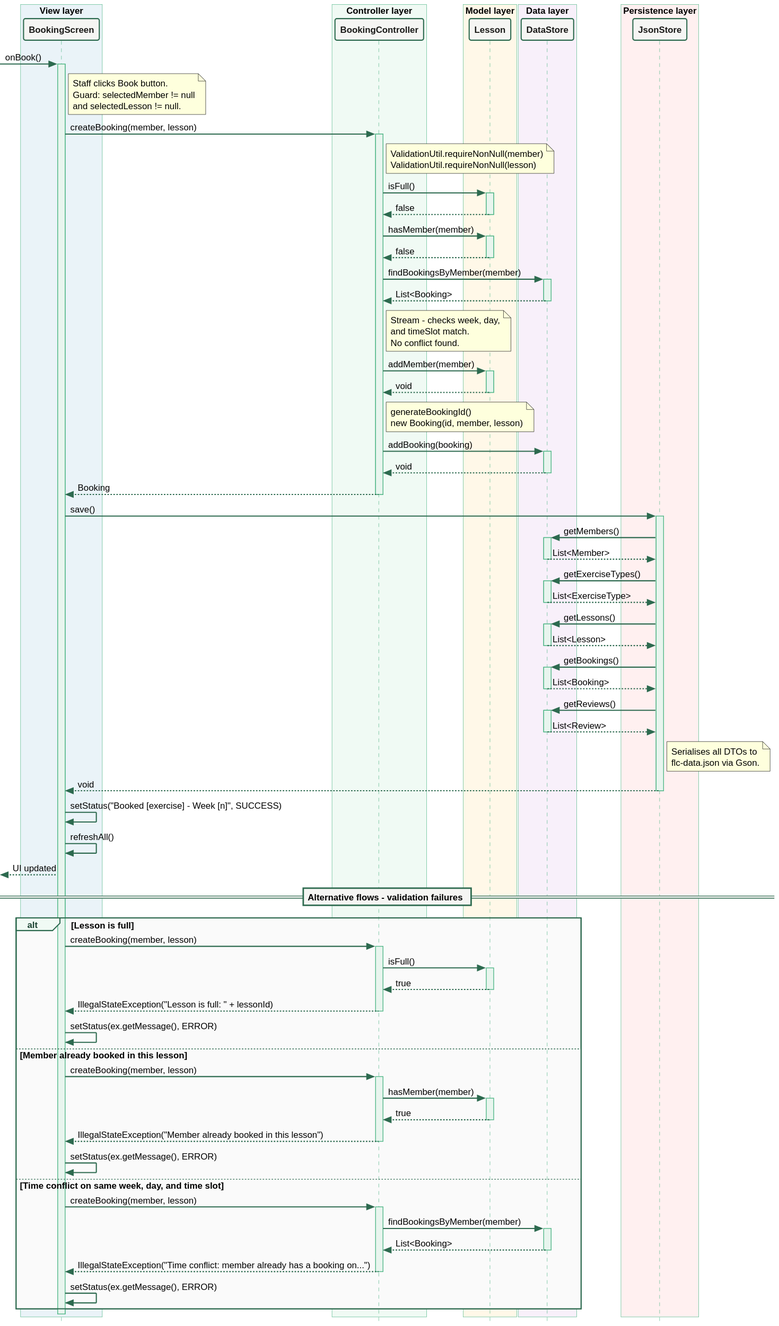
Above: docs/diagrams/sequence-diagram.svg in Dantesrc-sys/FurzefieldLC (PlantUML), before the change.
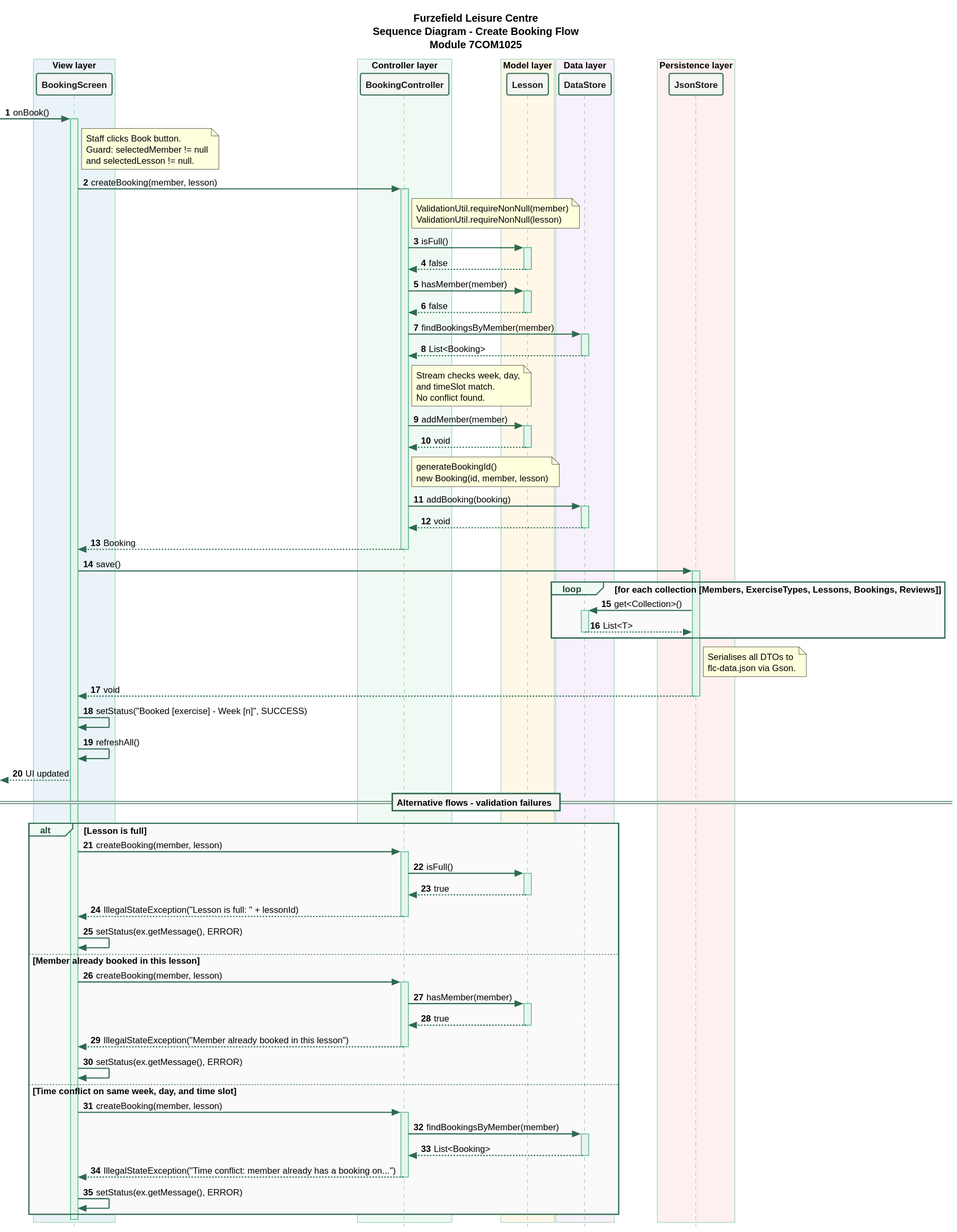
The same file after the commit.

Commit message:
visual improvements

What changed in the source:
```diff
@@ -5,6 +5,10 @@
 skinparam defaultFontName    SansSerif
 skinparam defaultFontSize    12
 skinparam sequenceArrowThickness 1.5
+
+title Furzefield Leisure Centre\nSequence Diagram - Create Booking Flow\nModule 7COM1025
+
+autonumber
 
 skinparam participant {
     BackgroundColor          #F5F5F3
@@ -54,7 +58,11 @@
 
 
 [-> BS : onBook()
-note right of BS : Staff clicks Book button.\nGuard: selectedMember != null\nand selectedLesson != null.
+note right of BS
+  Staff clicks Book button.
+  Guard: selectedMember != null
+  and selectedLesson != null.
+end note
 
 activate BS
 
@@ -62,7 +70,10 @@
 BS -> BC : createBooking(member, lesson)
 activate BC
 
-note right of BC : ValidationUtil.requireNonNull(member)\nValidationUtil.requireNonNull(lesson)
+note right of BC
+  ValidationUtil.requireNonNull(member)
+  ValidationUtil.requireNonNull(lesson)
+end note
 
 BC -> L : isFull()
 activate L
@@ -79,14 +90,21 @@
 DS --> BC : List<Booking>
 deactivate DS
 
-note right of BC : Stream - checks week, day,\nand timeSlot match.\nNo conflict found.
+note right of BC
+  Stream checks week, day,
+  and timeSlot match.
+  No conflict found.
+end note
 
 BC -> L : addMember(member)
 activate L
 L --> BC : void
 deactivate L
 
-note right of BC : generateBookingId()\nnew Booking(id, member, lesson)
+note right of BC
+  generateBookingId()
+  new Booking(id, member, lesson)
+end note
 
 BC -> DS : addBooking(booking)
 activate DS
@@ -96,35 +114,21 @@
 BC --> BS : Booking
 deactivate BC
 
+
 BS -> JS : save()
 activate JS
 
-JS -> DS : getMembers()
-activate DS
-DS --> JS : List<Member>
-deactivate DS
+loop for each collection [Members, ExerciseTypes, Lessons, Bookings, Reviews]
+    JS -> DS : get<Collection>()
+    activate DS
+    DS --> JS : List<T>
+    deactivate DS
+end
 
-JS -> DS : getExerciseTypes()
-activate DS
-DS --> JS : List<ExerciseType>
-deactivate DS
-
-JS -> DS : getLessons()
-activate DS
-DS --> JS : List<Lesson>
-deactivate DS
-
-JS -> DS : getBookings()
-activate DS
-DS --> JS : List<Booking>
-deactivate DS
-
-JS -> DS : getReviews()
-activate DS
-DS --> JS : List<Review>
-deactivate DS
-
-note right of JS : Serialises all DTOs to\nflc-data.json via Gson.
+note right of JS
+  Serialises all DTOs to
+  flc-data.json via Gson.
+end note
 
 JS --> BS : void
 deactivate JS
```
